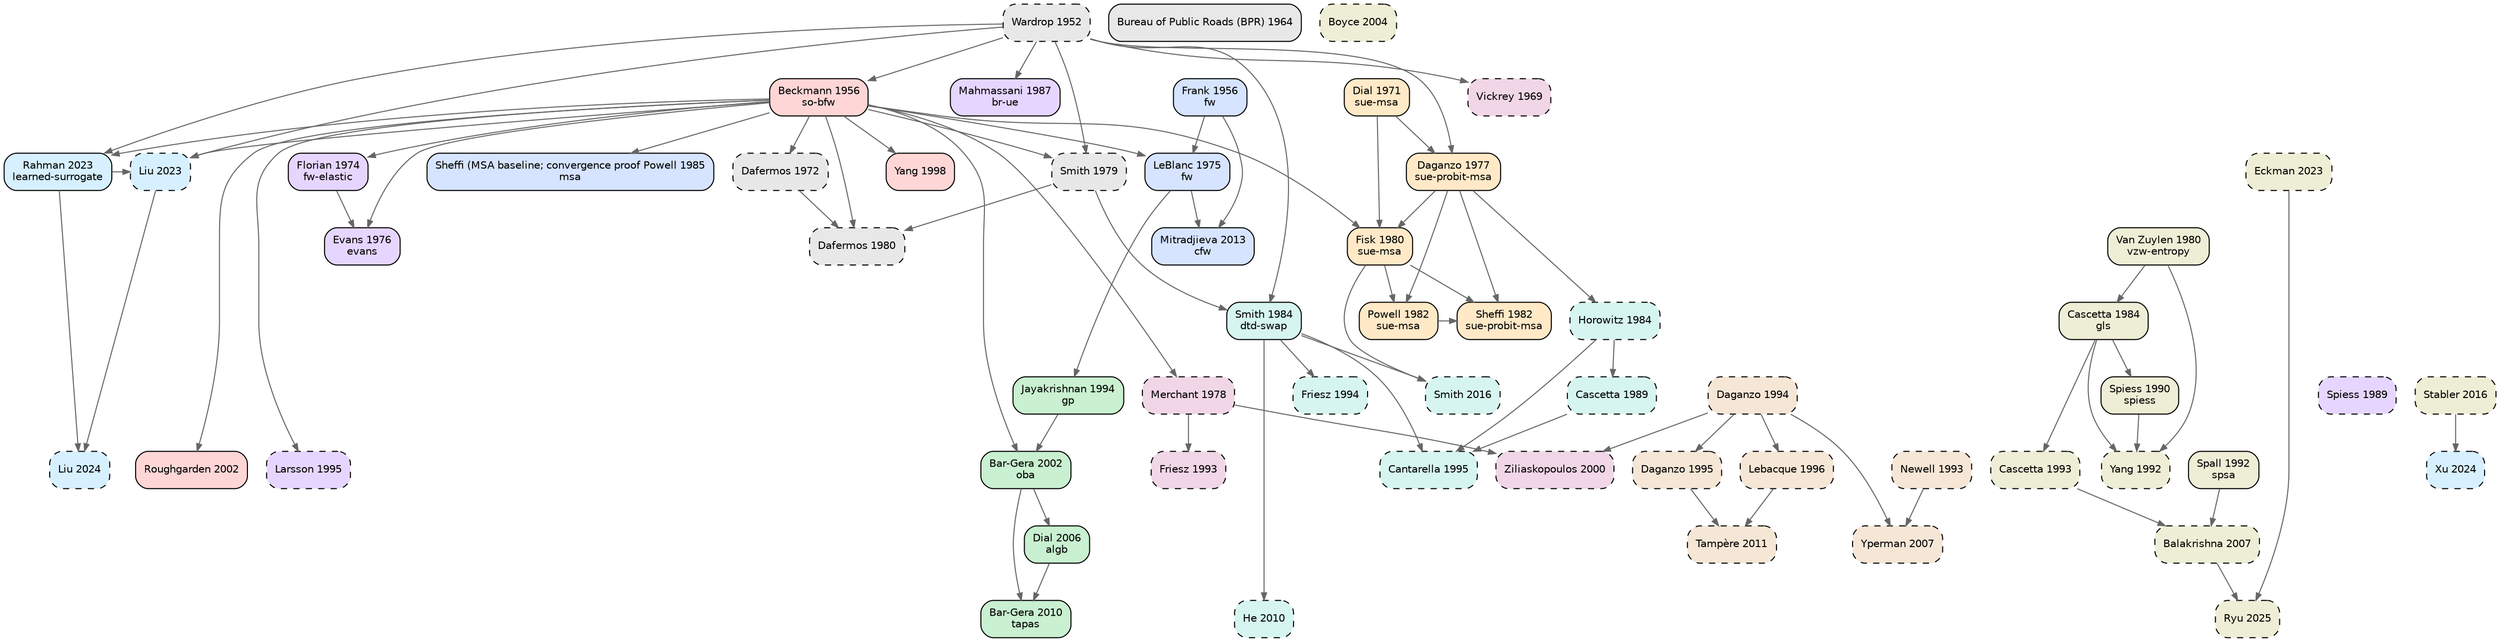
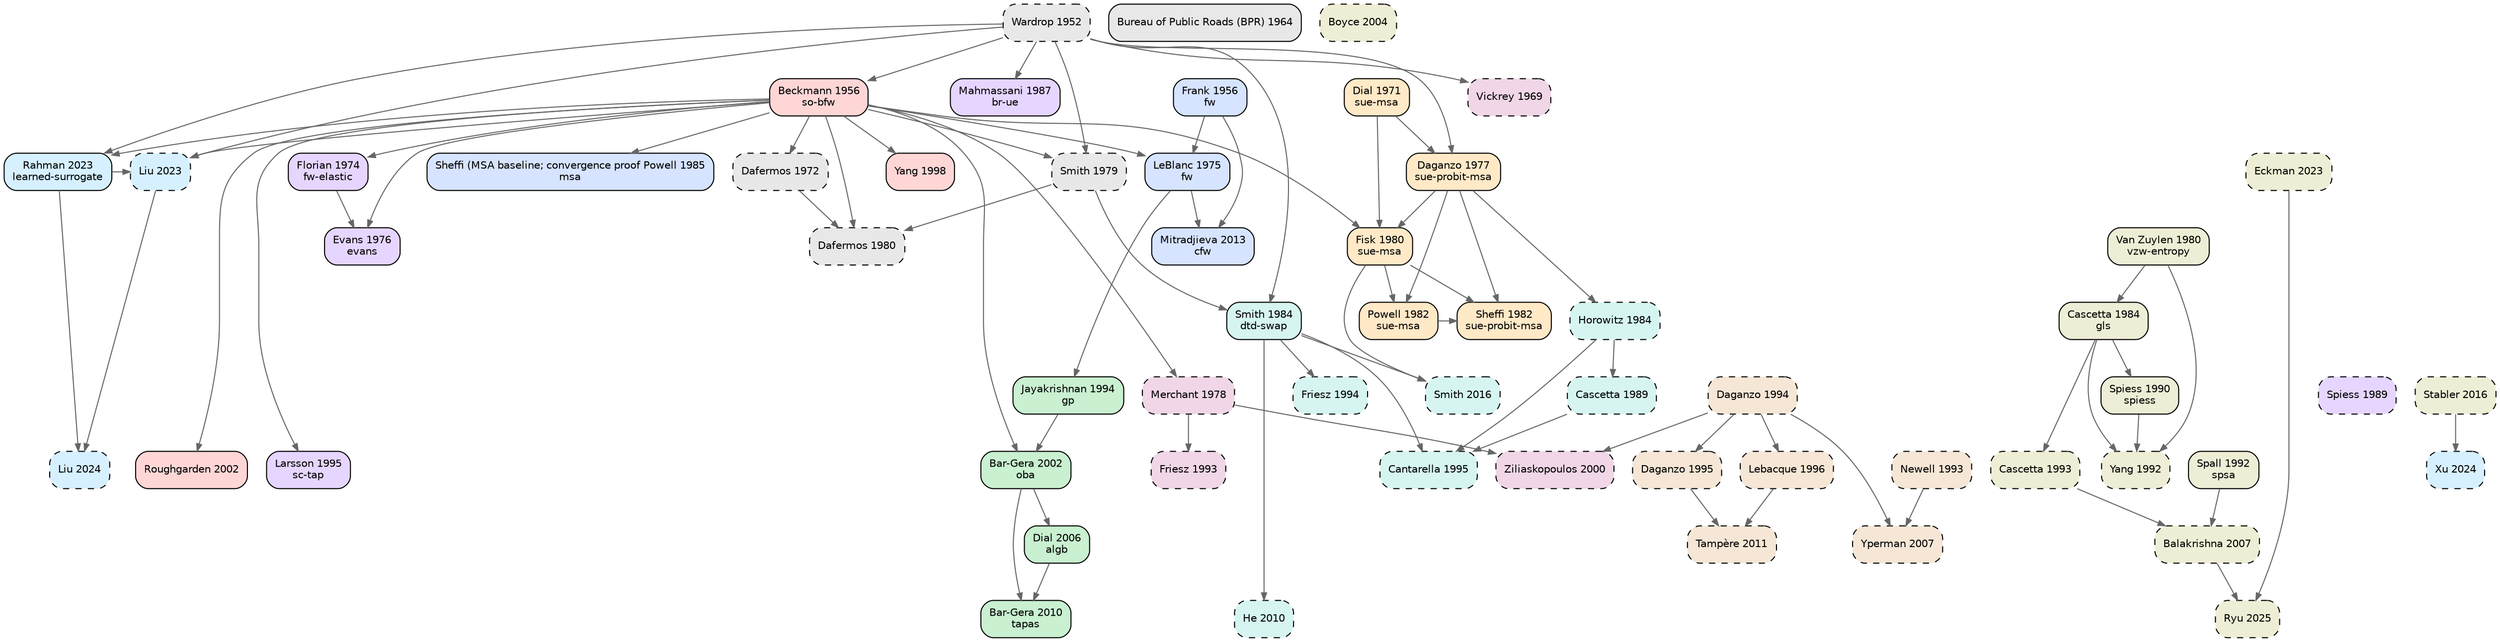
digraph TA_evolution {
  rankdir=TB; node [shape=box,style="rounded,filled",fontname="Helvetica",fontsize=10];
  edge [color="#666666",arrowsize=0.7];
  { rank=same; "wardrop1952some" }
  { rank=same; "frank1956algorithm" "beckmann1956studies" }
  { rank=same; "bpr1964traffic" }
  { rank=same; "vickrey1969congestion" }
  { rank=same; "dial1971probabilistic" }
  { rank=same; "dafermos1972traffic" }
  { rank=same; "florian1974method" }
  { rank=same; "leblanc1975efficient" }
  { rank=same; "evans1976derivation" }
  { rank=same; "daganzo1977stochastic" }
  { rank=same; "merchant1978model" }
  { rank=same; "smith1979existence" }
  { rank=same; "dafermos1980traffic" "fisk1980some" "vanzuylen1980most" }
  { rank=same; "powell1982convergence" "sheffi1982algorithm" }
  { rank=same; "horowitz1984stability" "smith1984stability" "cascetta1984estimation" }
  { rank=same; "sheffi1985urban" }
  { rank=same; "mahmassani1987on" }
  { rank=same; "spiess1989optimal" "cascetta1989stochastic" }
  { rank=same; "spiess1990gradient" }
  { rank=same; "spall1992multivariate" "yang1992estimation" }
  { rank=same; "newell1993simplified" "friesz1993variational" "cascetta1993dynamic" }
  { rank=same; "jayakrishnan1994faster" "friesz1994daytoday" "daganzo1994cell" }
  { rank=same; "larsson1995augmented" "cantarella1995dynamic" "daganzo1995cell" }
  { rank=same; "lebacque1996godunov" }
  { rank=same; "yang1998principle" }
  { rank=same; "ziliaskopoulos2000linear" }
  { rank=same; "bargera2002origin" "roughgarden2002how" }
  { rank=same; "boyce2004convergence" }
  { rank=same; "dial2006path" }
  { rank=same; "yperman2007link" "balakrishna2007offline" }
  { rank=same; "bargera2010traffic" "he2010linkbased" }
  { rank=same; "tampere2011generic" }
  { rank=same; "mitradjieva2013stiff" }
  { rank=same; "smith2016routeswapping" "stabler2016transportation" }
  { rank=same; "liu2023end" "rahman2023data" "eckman2023simopt" }
  { rank=same; "liu2024end" "xu2024unified" }
  { rank=same; "ryu2025bo4mob" }
  "wardrop1952some" [label="Wardrop 1952\n",fillcolor="#e8e8e8",style="rounded,filled,dashed"];
  "bpr1964traffic" [label="Bureau of Public Roads (BPR) 1964\n",fillcolor="#e8e8e8",style="rounded,filled"];
  "dafermos1972traffic" [label="Dafermos 1972\n",fillcolor="#e8e8e8",style="rounded,filled,dashed"];
  "smith1979existence" [label="Smith 1979\n",fillcolor="#e8e8e8",style="rounded,filled,dashed"];
  "dafermos1980traffic" [label="Dafermos 1980\n",fillcolor="#e8e8e8",style="rounded,filled,dashed"];
  "frank1956algorithm" [label="Frank 1956\nfw",fillcolor="#d6e4ff",style="rounded,filled"];
  "leblanc1975efficient" [label="LeBlanc 1975\nfw",fillcolor="#d6e4ff",style="rounded,filled"];
  "sheffi1985urban" [label="Sheffi (MSA baseline; convergence proof Powell 1985\nmsa",fillcolor="#d6e4ff",style="rounded,filled"];
  "mitradjieva2013stiff" [label="Mitradjieva 2013\ncfw",fillcolor="#d6e4ff",style="rounded,filled"];
  "jayakrishnan1994faster" [label="Jayakrishnan 1994\ngp",fillcolor="#c9f0d0",style="rounded,filled"];
  "bargera2002origin" [label="Bar-Gera 2002\noba",fillcolor="#c9f0d0",style="rounded,filled"];
  "dial2006path" [label="Dial 2006\nalgb",fillcolor="#c9f0d0",style="rounded,filled"];
  "bargera2010traffic" [label="Bar-Gera 2010\ntapas",fillcolor="#c9f0d0",style="rounded,filled"];
  "dial1971probabilistic" [label="Dial 1971\nsue-msa",fillcolor="#ffe9c7",style="rounded,filled"];
  "daganzo1977stochastic" [label="Daganzo 1977\nsue-probit-msa",fillcolor="#ffe9c7",style="rounded,filled"];
  "fisk1980some" [label="Fisk 1980\nsue-msa",fillcolor="#ffe9c7",style="rounded,filled"];
  "powell1982convergence" [label="Powell 1982\nsue-msa",fillcolor="#ffe9c7",style="rounded,filled"];
  "sheffi1982algorithm" [label="Sheffi 1982\nsue-probit-msa",fillcolor="#ffe9c7",style="rounded,filled"];
  "beckmann1956studies" [label="Beckmann 1956\nso-bfw",fillcolor="#ffd6d6",style="rounded,filled"];
  "yang1998principle" [label="Yang 1998\n",fillcolor="#ffd6d6",style="rounded,filled"];
  "roughgarden2002how" [label="Roughgarden 2002\n",fillcolor="#ffd6d6",style="rounded,filled"];
  "florian1974method" [label="Florian 1974\nfw-elastic",fillcolor="#e6d6ff",style="rounded,filled"];
  "evans1976derivation" [label="Evans 1976\nevans",fillcolor="#e6d6ff",style="rounded,filled"];
  "mahmassani1987on" [label="Mahmassani 1987\nbr-ue",fillcolor="#e6d6ff",style="rounded,filled"];
  "spiess1989optimal" [label="Spiess 1989\n",fillcolor="#e6d6ff",style="rounded,filled,dashed"];
-   "larsson1995augmented" [label="Larsson 1995\n",fillcolor="#e6d6ff",style="rounded,filled,dashed"];
+   "larsson1995augmented" [label="Larsson 1995\nsc-tap",fillcolor="#e6d6ff",style="rounded,filled"];
  "horowitz1984stability" [label="Horowitz 1984\n",fillcolor="#d6f5f0",style="rounded,filled,dashed"];
  "smith1984stability" [label="Smith 1984\ndtd-swap",fillcolor="#d6f5f0",style="rounded,filled"];
  "cascetta1989stochastic" [label="Cascetta 1989\n",fillcolor="#d6f5f0",style="rounded,filled,dashed"];
  "friesz1994daytoday" [label="Friesz 1994\n",fillcolor="#d6f5f0",style="rounded,filled,dashed"];
  "cantarella1995dynamic" [label="Cantarella 1995\n",fillcolor="#d6f5f0",style="rounded,filled,dashed"];
  "he2010linkbased" [label="He 2010\n",fillcolor="#d6f5f0",style="rounded,filled,dashed"];
  "smith2016routeswapping" [label="Smith 2016\n",fillcolor="#d6f5f0",style="rounded,filled,dashed"];
  "newell1993simplified" [label="Newell 1993\n",fillcolor="#f5e6d6",style="rounded,filled,dashed"];
  "daganzo1994cell" [label="Daganzo 1994\n",fillcolor="#f5e6d6",style="rounded,filled,dashed"];
  "daganzo1995cell" [label="Daganzo 1995\n",fillcolor="#f5e6d6",style="rounded,filled,dashed"];
  "lebacque1996godunov" [label="Lebacque 1996\n",fillcolor="#f5e6d6",style="rounded,filled,dashed"];
  "yperman2007link" [label="Yperman 2007\n",fillcolor="#f5e6d6",style="rounded,filled,dashed"];
  "tampere2011generic" [label="Tampère 2011\n",fillcolor="#f5e6d6",style="rounded,filled,dashed"];
  "vickrey1969congestion" [label="Vickrey 1969\n",fillcolor="#f0d6e6",style="rounded,filled,dashed"];
  "merchant1978model" [label="Merchant 1978\n",fillcolor="#f0d6e6",style="rounded,filled,dashed"];
  "friesz1993variational" [label="Friesz 1993\n",fillcolor="#f0d6e6",style="rounded,filled,dashed"];
  "ziliaskopoulos2000linear" [label="Ziliaskopoulos 2000\n",fillcolor="#f0d6e6",style="rounded,filled,dashed"];
  "liu2023end" [label="Liu 2023\n",fillcolor="#d6f0ff",style="rounded,filled,dashed"];
  "rahman2023data" [label="Rahman 2023\nlearned-surrogate",fillcolor="#d6f0ff",style="rounded,filled"];
  "liu2024end" [label="Liu 2024\n",fillcolor="#d6f0ff",style="rounded,filled,dashed"];
  "xu2024unified" [label="Xu 2024\n",fillcolor="#d6f0ff",style="rounded,filled,dashed"];
  "vanzuylen1980most" [label="Van Zuylen 1980\nvzw-entropy",fillcolor="#eeeed6",style="rounded,filled"];
  "cascetta1984estimation" [label="Cascetta 1984\ngls",fillcolor="#eeeed6",style="rounded,filled"];
  "spiess1990gradient" [label="Spiess 1990\nspiess",fillcolor="#eeeed6",style="rounded,filled"];
  "spall1992multivariate" [label="Spall 1992\nspsa",fillcolor="#eeeed6",style="rounded,filled"];
  "yang1992estimation" [label="Yang 1992\n",fillcolor="#eeeed6",style="rounded,filled,dashed"];
  "cascetta1993dynamic" [label="Cascetta 1993\n",fillcolor="#eeeed6",style="rounded,filled,dashed"];
  "boyce2004convergence" [label="Boyce 2004\n",fillcolor="#eeeed6",style="rounded,filled,dashed"];
  "balakrishna2007offline" [label="Balakrishna 2007\n",fillcolor="#eeeed6",style="rounded,filled,dashed"];
  "stabler2016transportation" [label="Stabler 2016\n",fillcolor="#eeeed6",style="rounded,filled,dashed"];
  "eckman2023simopt" [label="Eckman 2023\n",fillcolor="#eeeed6",style="rounded,filled,dashed"];
  "ryu2025bo4mob" [label="Ryu 2025\n",fillcolor="#eeeed6",style="rounded,filled,dashed"];
  "beckmann1956studies" -> "dafermos1972traffic";
  "wardrop1952some" -> "smith1979existence";
  "beckmann1956studies" -> "smith1979existence";
  "smith1979existence" -> "dafermos1980traffic";
  "beckmann1956studies" -> "dafermos1980traffic";
  "dafermos1972traffic" -> "dafermos1980traffic";
  "frank1956algorithm" -> "leblanc1975efficient";
  "beckmann1956studies" -> "leblanc1975efficient";
  "beckmann1956studies" -> "sheffi1985urban";
  "leblanc1975efficient" -> "mitradjieva2013stiff";
  "frank1956algorithm" -> "mitradjieva2013stiff";
  "leblanc1975efficient" -> "jayakrishnan1994faster";
  "jayakrishnan1994faster" -> "bargera2002origin";
  "beckmann1956studies" -> "bargera2002origin";
  "bargera2002origin" -> "dial2006path";
  "dial2006path" -> "bargera2010traffic";
  "bargera2002origin" -> "bargera2010traffic";
  "dial1971probabilistic" -> "daganzo1977stochastic";
  "wardrop1952some" -> "daganzo1977stochastic";
  "daganzo1977stochastic" -> "fisk1980some";
  "dial1971probabilistic" -> "fisk1980some";
  "beckmann1956studies" -> "fisk1980some";
  "fisk1980some" -> "powell1982convergence";
  "daganzo1977stochastic" -> "powell1982convergence";
  "daganzo1977stochastic" -> "sheffi1982algorithm";
  "powell1982convergence" -> "sheffi1982algorithm";
  "fisk1980some" -> "sheffi1982algorithm";
  "wardrop1952some" -> "beckmann1956studies";
  "beckmann1956studies" -> "yang1998principle";
  "beckmann1956studies" -> "roughgarden2002how";
  "beckmann1956studies" -> "florian1974method";
  "beckmann1956studies" -> "evans1976derivation";
  "florian1974method" -> "evans1976derivation";
  "wardrop1952some" -> "mahmassani1987on";
  "beckmann1956studies" -> "larsson1995augmented";
  "daganzo1977stochastic" -> "horowitz1984stability";
  "smith1979existence" -> "smith1984stability";
  "wardrop1952some" -> "smith1984stability";
  "horowitz1984stability" -> "cascetta1989stochastic";
  "smith1984stability" -> "friesz1994daytoday";
  "cascetta1989stochastic" -> "cantarella1995dynamic";
  "smith1984stability" -> "cantarella1995dynamic";
  "horowitz1984stability" -> "cantarella1995dynamic";
  "smith1984stability" -> "he2010linkbased";
  "smith1984stability" -> "smith2016routeswapping";
  "fisk1980some" -> "smith2016routeswapping";
  "daganzo1994cell" -> "daganzo1995cell";
  "daganzo1994cell" -> "lebacque1996godunov";
  "newell1993simplified" -> "yperman2007link";
  "daganzo1994cell" -> "yperman2007link";
  "daganzo1995cell" -> "tampere2011generic";
  "lebacque1996godunov" -> "tampere2011generic";
  "wardrop1952some" -> "vickrey1969congestion";
  "beckmann1956studies" -> "merchant1978model";
  "merchant1978model" -> "friesz1993variational";
  "merchant1978model" -> "ziliaskopoulos2000linear";
  "daganzo1994cell" -> "ziliaskopoulos2000linear";
  "rahman2023data" -> "liu2023end";
  "beckmann1956studies" -> "liu2023end";
  "wardrop1952some" -> "liu2023end";
  "wardrop1952some" -> "rahman2023data";
  "beckmann1956studies" -> "rahman2023data";
  "rahman2023data" -> "liu2024end";
  "liu2023end" -> "liu2024end";
  "stabler2016transportation" -> "xu2024unified";
  "vanzuylen1980most" -> "cascetta1984estimation";
  "cascetta1984estimation" -> "spiess1990gradient";
  "cascetta1984estimation" -> "yang1992estimation";
  "spiess1990gradient" -> "yang1992estimation";
  "vanzuylen1980most" -> "yang1992estimation";
  "cascetta1984estimation" -> "cascetta1993dynamic";
  "spall1992multivariate" -> "balakrishna2007offline";
  "cascetta1993dynamic" -> "balakrishna2007offline";
  "eckman2023simopt" -> "ryu2025bo4mob";
  "balakrishna2007offline" -> "ryu2025bo4mob";
}
